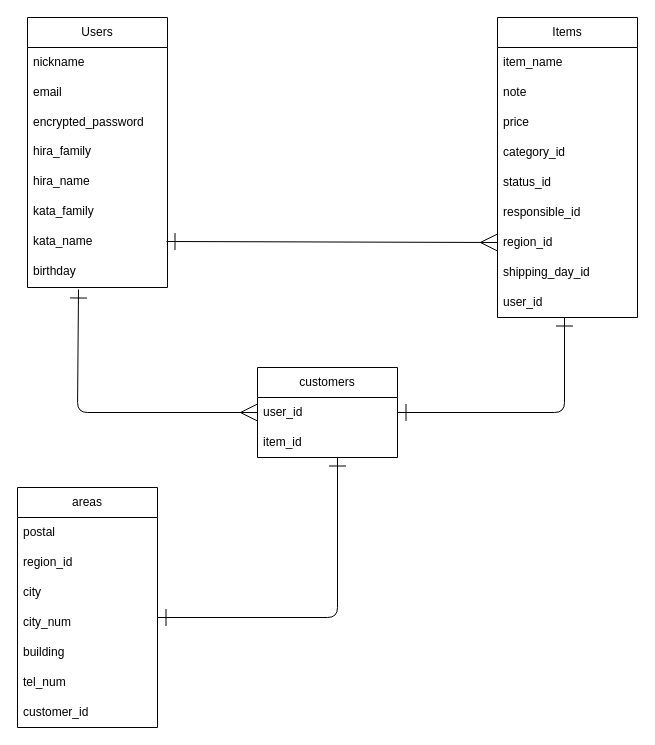
Before: furima.dio in Toshiki-Ichi/furima-41548, a draw.io diagram. Source tidied: cells renumbered, new cells numbered last; positions are measured from the earlier drawing's top-left corner, leaving out a move shared by most shapes. Both pictures are drawn from the tidied source at 100%, with x=0, y=0 at pixel (17, 17).
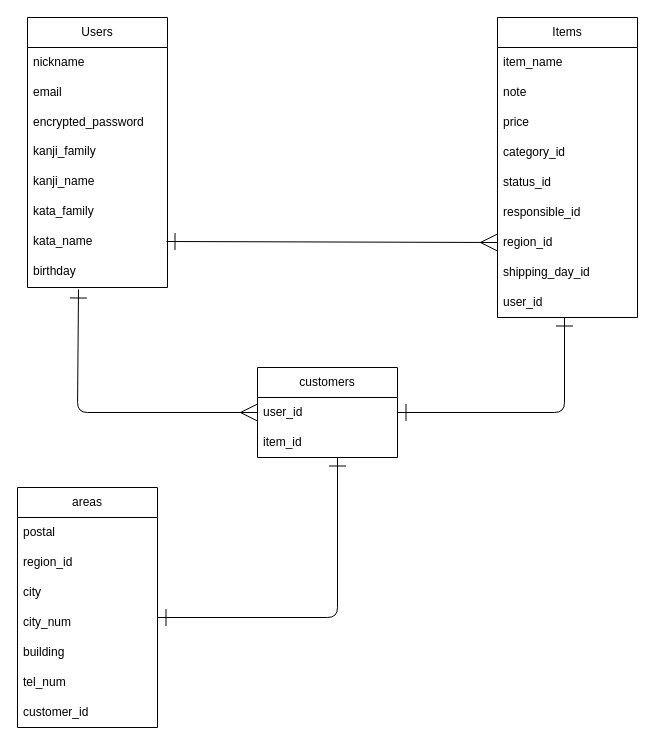
Above is the later version.

Unchanged cells that the change refers to:
```xml
<mxCell id="2" value="Users" style="swimlane;fontStyle=0;horizontal=1;startSize=30;whiteSpace=wrap;html=1;" parent="1" vertex="1">
  <mxGeometry x="10" width="140" height="270" as="geometry" />
</mxCell>
```

Change to the diagram source:
```diff
@@
-    <mxCell id="6" value="hira_family" style="text;strokeColor=none;fillColor=none;spacingLeft=4;spacingRight=4;overflow=hidden;fontSize=12;" parent="2" vertex="1">
+    <mxCell id="6" value="kanji_family" style="text;strokeColor=none;fillColor=none;spacingLeft=4;spacingRight=4;overflow=hidden;fontSize=12;" parent="2" vertex="1">
       <mxGeometry y="120" width="140" height="30" as="geometry" />
     </mxCell>
-    <mxCell id="7" value="hira_name" style="text;strokeColor=none;fillColor=none;spacingLeft=4;spacingRight=4;overflow=hidden;fontSize=12;" parent="2" vertex="1">
+    <mxCell id="7" value="kanji_name" style="text;strokeColor=none;fillColor=none;spacingLeft=4;spacingRight=4;overflow=hidden;fontSize=12;" parent="2" vertex="1">
       <mxGeometry y="150" width="140" height="30" as="geometry" />
     </mxCell>
```
